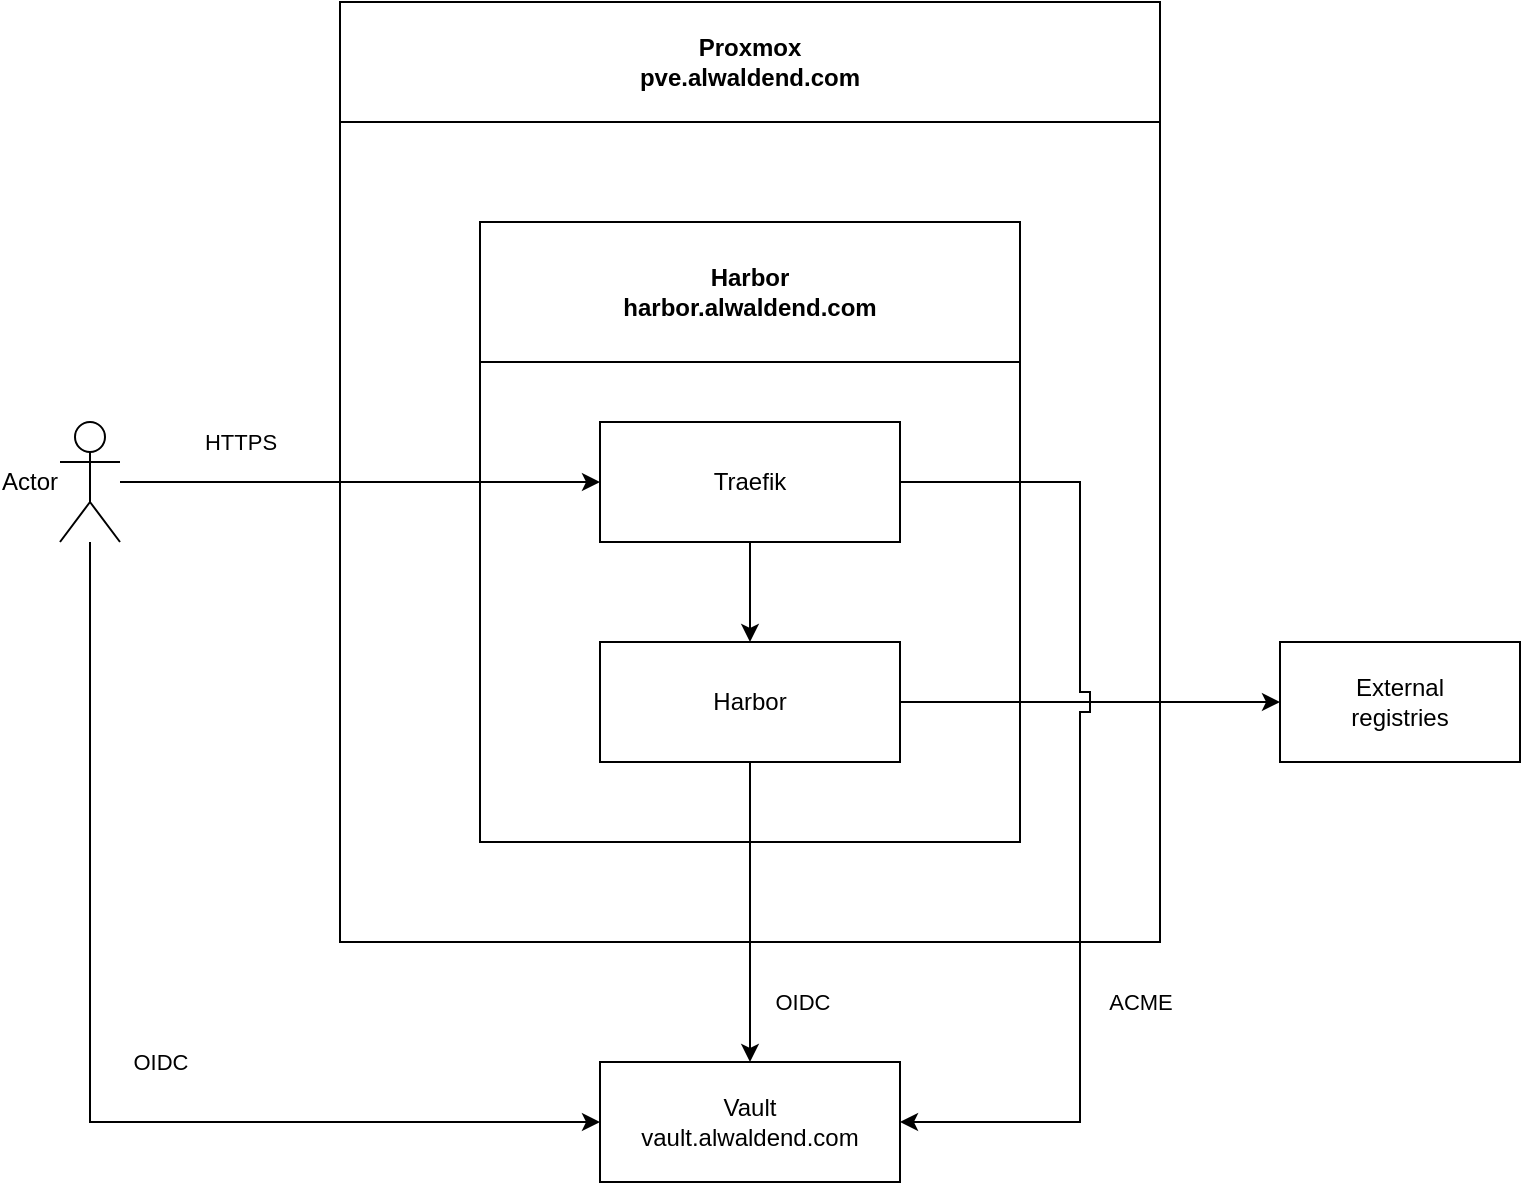
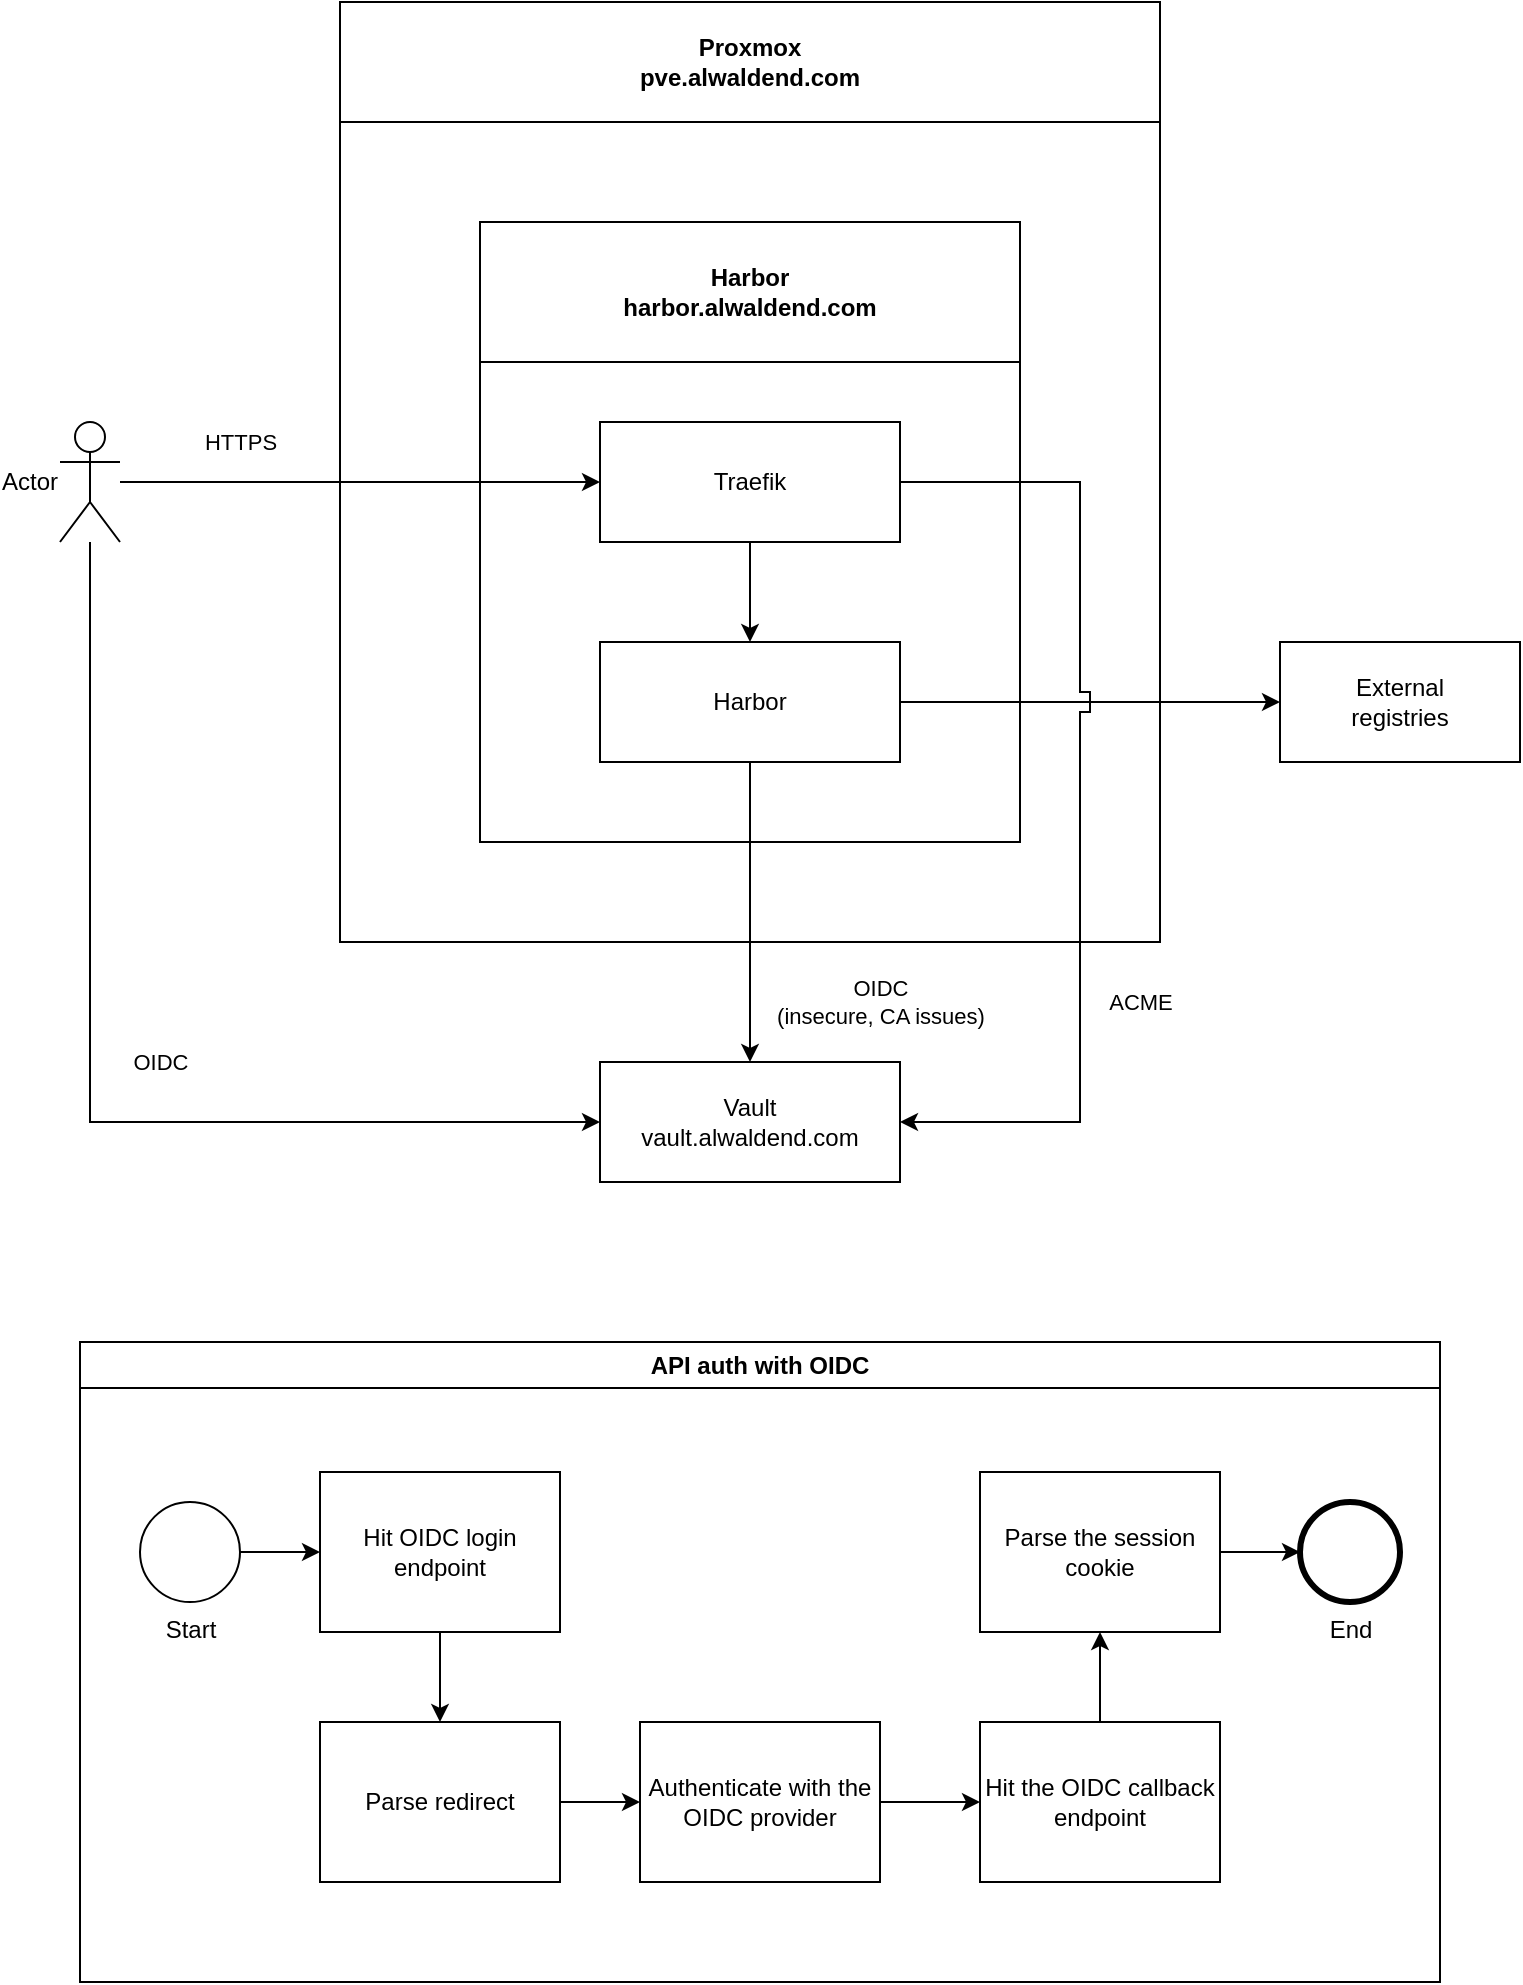
<mxfile host="Electron">
  <diagram name="Harbor" id="-YIFcF5NFIgLEo9HBhwD">
    <mxGraphModel dx="1798" dy="1073" grid="1" gridSize="10" guides="1" tooltips="1" connect="1" arrows="1" fold="1" page="1" pageScale="1" pageWidth="850" pageHeight="1100" math="0" shadow="0">
      <root>
        <mxCell id="0" />
        <mxCell id="1" parent="0" />
        <mxCell id="U2TRrjayyH0se131Tg96-2" parent="1" style="swimlane;whiteSpace=wrap;html=1;startSize=60;rounded=0;" value="Proxmox&lt;br&gt;pve.alwaldend.com" vertex="1">
          <mxGeometry height="470" width="410" x="220" y="190" as="geometry" />
        </mxCell>
        <mxCell id="U2TRrjayyH0se131Tg96-3" parent="U2TRrjayyH0se131Tg96-2" style="swimlane;whiteSpace=wrap;html=1;startSize=70;rounded=0;" value="Harbor&lt;br&gt;harbor.alwaldend.com" vertex="1">
          <mxGeometry height="310" width="270" x="70" y="110" as="geometry" />
        </mxCell>
        <mxCell id="U2TRrjayyH0se131Tg96-6" edge="1" parent="U2TRrjayyH0se131Tg96-3" source="U2TRrjayyH0se131Tg96-1" style="edgeStyle=orthogonalEdgeStyle;rounded=0;orthogonalLoop=1;jettySize=auto;html=1;entryX=0.5;entryY=0;entryDx=0;entryDy=0;jumpStyle=sharp;jumpSize=10;" target="U2TRrjayyH0se131Tg96-4">
          <mxGeometry relative="1" as="geometry" />
        </mxCell>
        <mxCell id="U2TRrjayyH0se131Tg96-1" parent="U2TRrjayyH0se131Tg96-3" style="rounded=0;whiteSpace=wrap;html=1;" value="Traefik" vertex="1">
          <mxGeometry height="60" width="150" x="60" y="100" as="geometry" />
        </mxCell>
        <mxCell id="U2TRrjayyH0se131Tg96-4" parent="U2TRrjayyH0se131Tg96-3" style="rounded=0;whiteSpace=wrap;html=1;" value="Harbor" vertex="1">
          <mxGeometry height="60" width="150" x="60" y="210" as="geometry" />
        </mxCell>
        <mxCell id="U2TRrjayyH0se131Tg96-10" edge="1" parent="1" source="U2TRrjayyH0se131Tg96-5" style="edgeStyle=orthogonalEdgeStyle;rounded=0;orthogonalLoop=1;jettySize=auto;html=1;entryX=0;entryY=0.5;entryDx=0;entryDy=0;jumpStyle=sharp;jumpSize=10;" target="U2TRrjayyH0se131Tg96-1">
          <mxGeometry relative="1" as="geometry" />
        </mxCell>
        <mxCell id="U2TRrjayyH0se131Tg96-17" connectable="0" parent="U2TRrjayyH0se131Tg96-10" style="edgeLabel;html=1;align=center;verticalAlign=middle;resizable=0;points=[];" value="HTTPS" vertex="1">
          <mxGeometry relative="1" x="-0.575" y="-3" as="geometry">
            <mxPoint x="9" y="-23" as="offset" />
          </mxGeometry>
        </mxCell>
        <mxCell id="U2TRrjayyH0se131Tg96-11" edge="1" parent="1" source="U2TRrjayyH0se131Tg96-5" style="edgeStyle=orthogonalEdgeStyle;rounded=0;orthogonalLoop=1;jettySize=auto;html=1;entryX=0;entryY=0.5;entryDx=0;entryDy=0;jumpStyle=sharp;jumpSize=10;" target="U2TRrjayyH0se131Tg96-7">
          <mxGeometry relative="1" as="geometry">
            <Array as="points">
              <mxPoint x="95" y="750" />
            </Array>
          </mxGeometry>
        </mxCell>
        <mxCell id="U2TRrjayyH0se131Tg96-12" connectable="0" parent="U2TRrjayyH0se131Tg96-11" style="edgeLabel;html=1;align=center;verticalAlign=middle;resizable=0;points=[];rounded=0;" value="OIDC" vertex="1">
          <mxGeometry relative="1" as="geometry">
            <mxPoint x="35" y="-13" as="offset" />
          </mxGeometry>
        </mxCell>
        <mxCell id="U2TRrjayyH0se131Tg96-5" parent="1" style="shape=umlActor;verticalLabelPosition=middle;verticalAlign=middle;html=1;outlineConnect=0;labelPosition=left;align=right;rounded=0;" value="Actor" vertex="1">
          <mxGeometry height="60" width="30" x="80" y="400" as="geometry" />
        </mxCell>
        <mxCell id="U2TRrjayyH0se131Tg96-7" parent="1" style="rounded=0;whiteSpace=wrap;html=1;" value="Vault&lt;br&gt;vault.alwaldend.com" vertex="1">
          <mxGeometry height="60" width="150" x="350" y="720" as="geometry" />
        </mxCell>
        <mxCell id="U2TRrjayyH0se131Tg96-8" parent="1" style="rounded=0;whiteSpace=wrap;html=1;" value="External&lt;br&gt;registries" vertex="1">
          <mxGeometry height="60" width="120" x="690" y="510" as="geometry" />
        </mxCell>
        <mxCell id="U2TRrjayyH0se131Tg96-9" edge="1" parent="1" source="U2TRrjayyH0se131Tg96-4" style="edgeStyle=orthogonalEdgeStyle;rounded=0;orthogonalLoop=1;jettySize=auto;html=1;entryX=0;entryY=0.5;entryDx=0;entryDy=0;jumpStyle=sharp;jumpSize=10;" target="U2TRrjayyH0se131Tg96-8">
          <mxGeometry relative="1" as="geometry" />
        </mxCell>
        <mxCell id="U2TRrjayyH0se131Tg96-13" edge="1" parent="1" source="U2TRrjayyH0se131Tg96-4" style="edgeStyle=orthogonalEdgeStyle;rounded=0;orthogonalLoop=1;jettySize=auto;html=1;entryX=0.5;entryY=0;entryDx=0;entryDy=0;jumpStyle=sharp;jumpSize=10;" target="U2TRrjayyH0se131Tg96-7">
          <mxGeometry relative="1" as="geometry" />
        </mxCell>
-         <mxCell id="U2TRrjayyH0se131Tg96-14" connectable="0" parent="U2TRrjayyH0se131Tg96-13" style="edgeLabel;html=1;align=center;verticalAlign=middle;resizable=0;points=[];rounded=0;" value="OIDC" vertex="1">
+         <mxCell id="U2TRrjayyH0se131Tg96-14" connectable="0" parent="U2TRrjayyH0se131Tg96-13" style="edgeLabel;html=1;align=center;verticalAlign=middle;resizable=0;points=[];rounded=0;" value="OIDC &lt;br&gt;(insecure, CA issues)" vertex="1">
          <mxGeometry relative="1" as="geometry">
-             <mxPoint x="26" y="45" as="offset" />
+             <mxPoint x="65" y="45" as="offset" />
          </mxGeometry>
        </mxCell>
        <mxCell id="U2TRrjayyH0se131Tg96-15" edge="1" parent="1" source="U2TRrjayyH0se131Tg96-1" style="edgeStyle=orthogonalEdgeStyle;rounded=0;orthogonalLoop=1;jettySize=auto;html=1;horizontal=1;jumpStyle=sharp;jumpSize=10;" target="U2TRrjayyH0se131Tg96-7">
          <mxGeometry relative="1" as="geometry">
            <Array as="points">
              <mxPoint x="590" y="430" />
              <mxPoint x="590" y="750" />
            </Array>
          </mxGeometry>
        </mxCell>
        <mxCell id="U2TRrjayyH0se131Tg96-16" connectable="0" parent="U2TRrjayyH0se131Tg96-15" style="edgeLabel;html=1;align=center;verticalAlign=middle;resizable=0;points=[];rounded=0;" value="ACME" vertex="1">
          <mxGeometry relative="1" as="geometry">
            <mxPoint x="30" y="100" as="offset" />
          </mxGeometry>
        </mxCell>
+         <mxCell id="U2TRrjayyH0se131Tg96-18" parent="1" style="swimlane;whiteSpace=wrap;html=1;" value="API auth with OIDC" vertex="1">
+           <mxGeometry height="320" width="680" x="90" y="860" as="geometry" />
+         </mxCell>
+         <mxCell id="U2TRrjayyH0se131Tg96-19" parent="U2TRrjayyH0se131Tg96-18" style="points=[[0.145,0.145,0],[0.5,0,0],[0.855,0.145,0],[1,0.5,0],[0.855,0.855,0],[0.5,1,0],[0.145,0.855,0],[0,0.5,0]];shape=mxgraph.bpmn.event;html=1;verticalLabelPosition=bottom;labelBackgroundColor=#ffffff;verticalAlign=top;align=center;perimeter=ellipsePerimeter;outlineConnect=0;aspect=fixed;outline=standard;symbol=general;" value="Start" vertex="1">
+           <mxGeometry height="50" width="50" x="30" y="80" as="geometry" />
+         </mxCell>
+         <mxCell id="U2TRrjayyH0se131Tg96-20" parent="U2TRrjayyH0se131Tg96-18" style="points=[[0.145,0.145,0],[0.5,0,0],[0.855,0.145,0],[1,0.5,0],[0.855,0.855,0],[0.5,1,0],[0.145,0.855,0],[0,0.5,0]];shape=mxgraph.bpmn.event;html=1;verticalLabelPosition=bottom;labelBackgroundColor=#ffffff;verticalAlign=top;align=center;perimeter=ellipsePerimeter;outlineConnect=0;aspect=fixed;outline=end;symbol=terminate2;" value="End" vertex="1">
+           <mxGeometry height="50" width="50" x="610" y="80" as="geometry" />
+         </mxCell>
+         <mxCell id="U2TRrjayyH0se131Tg96-21" parent="U2TRrjayyH0se131Tg96-18" style="points=[[0.25,0,0],[0.5,0,0],[0.75,0,0],[1,0.25,0],[1,0.5,0],[1,0.75,0],[0.75,1,0],[0.5,1,0],[0.25,1,0],[0,0.75,0],[0,0.5,0],[0,0.25,0]];shape=mxgraph.bpmn.task2;whiteSpace=wrap;rectStyle=rounded;size=10;html=1;container=1;expand=0;collapsible=0;taskMarker=abstract;" value="Hit OIDC login endpoint" vertex="1">
+           <mxGeometry height="80" width="120" x="120" y="65" as="geometry" />
+         </mxCell>
+         <mxCell id="U2TRrjayyH0se131Tg96-22" edge="1" parent="U2TRrjayyH0se131Tg96-18" source="U2TRrjayyH0se131Tg96-19" style="edgeStyle=orthogonalEdgeStyle;orthogonalLoop=1;jettySize=auto;html=1;entryX=0;entryY=0.5;entryDx=0;entryDy=0;entryPerimeter=0;" target="U2TRrjayyH0se131Tg96-21">
+           <mxGeometry relative="1" as="geometry" />
+         </mxCell>
+         <mxCell id="U2TRrjayyH0se131Tg96-23" parent="U2TRrjayyH0se131Tg96-18" style="points=[[0.25,0,0],[0.5,0,0],[0.75,0,0],[1,0.25,0],[1,0.5,0],[1,0.75,0],[0.75,1,0],[0.5,1,0],[0.25,1,0],[0,0.75,0],[0,0.5,0],[0,0.25,0]];shape=mxgraph.bpmn.task2;whiteSpace=wrap;rectStyle=rounded;size=10;html=1;container=1;expand=0;collapsible=0;taskMarker=abstract;" value="Parse redirect" vertex="1">
+           <mxGeometry height="80" width="120" x="120" y="190" as="geometry" />
+         </mxCell>
+         <mxCell id="U2TRrjayyH0se131Tg96-24" edge="1" parent="U2TRrjayyH0se131Tg96-18" source="U2TRrjayyH0se131Tg96-21" style="edgeStyle=orthogonalEdgeStyle;orthogonalLoop=1;jettySize=auto;html=1;entryX=0.5;entryY=0;entryDx=0;entryDy=0;entryPerimeter=0;" target="U2TRrjayyH0se131Tg96-23">
+           <mxGeometry relative="1" as="geometry" />
+         </mxCell>
+         <mxCell id="U2TRrjayyH0se131Tg96-25" parent="U2TRrjayyH0se131Tg96-18" style="points=[[0.25,0,0],[0.5,0,0],[0.75,0,0],[1,0.25,0],[1,0.5,0],[1,0.75,0],[0.75,1,0],[0.5,1,0],[0.25,1,0],[0,0.75,0],[0,0.5,0],[0,0.25,0]];shape=mxgraph.bpmn.task2;whiteSpace=wrap;rectStyle=rounded;size=10;html=1;container=1;expand=0;collapsible=0;taskMarker=abstract;" value="Authenticate with the OIDC provider" vertex="1">
+           <mxGeometry height="80" width="120" x="280" y="190" as="geometry" />
+         </mxCell>
+         <mxCell id="U2TRrjayyH0se131Tg96-26" edge="1" parent="U2TRrjayyH0se131Tg96-18" source="U2TRrjayyH0se131Tg96-23" style="edgeStyle=orthogonalEdgeStyle;orthogonalLoop=1;jettySize=auto;html=1;entryX=0;entryY=0.5;entryDx=0;entryDy=0;entryPerimeter=0;" target="U2TRrjayyH0se131Tg96-25">
+           <mxGeometry relative="1" as="geometry" />
+         </mxCell>
+         <mxCell id="U2TRrjayyH0se131Tg96-27" parent="U2TRrjayyH0se131Tg96-18" style="points=[[0.25,0,0],[0.5,0,0],[0.75,0,0],[1,0.25,0],[1,0.5,0],[1,0.75,0],[0.75,1,0],[0.5,1,0],[0.25,1,0],[0,0.75,0],[0,0.5,0],[0,0.25,0]];shape=mxgraph.bpmn.task2;whiteSpace=wrap;rectStyle=rounded;size=10;html=1;container=1;expand=0;collapsible=0;taskMarker=abstract;" value="Hit the OIDC callback endpoint" vertex="1">
+           <mxGeometry height="80" width="120" x="450" y="190" as="geometry" />
+         </mxCell>
+         <mxCell id="U2TRrjayyH0se131Tg96-28" edge="1" parent="U2TRrjayyH0se131Tg96-18" source="U2TRrjayyH0se131Tg96-25" style="edgeStyle=orthogonalEdgeStyle;orthogonalLoop=1;jettySize=auto;html=1;entryX=0;entryY=0.5;entryDx=0;entryDy=0;entryPerimeter=0;" target="U2TRrjayyH0se131Tg96-27">
+           <mxGeometry relative="1" as="geometry" />
+         </mxCell>
+         <mxCell id="U2TRrjayyH0se131Tg96-29" parent="U2TRrjayyH0se131Tg96-18" style="points=[[0.25,0,0],[0.5,0,0],[0.75,0,0],[1,0.25,0],[1,0.5,0],[1,0.75,0],[0.75,1,0],[0.5,1,0],[0.25,1,0],[0,0.75,0],[0,0.5,0],[0,0.25,0]];shape=mxgraph.bpmn.task2;whiteSpace=wrap;rectStyle=rounded;size=10;html=1;container=1;expand=0;collapsible=0;taskMarker=abstract;" value="Parse the session cookie" vertex="1">
+           <mxGeometry height="80" width="120" x="450" y="65" as="geometry" />
+         </mxCell>
+         <mxCell id="U2TRrjayyH0se131Tg96-30" edge="1" parent="U2TRrjayyH0se131Tg96-18" source="U2TRrjayyH0se131Tg96-27" style="edgeStyle=orthogonalEdgeStyle;orthogonalLoop=1;jettySize=auto;html=1;entryX=0.5;entryY=1;entryDx=0;entryDy=0;entryPerimeter=0;" target="U2TRrjayyH0se131Tg96-29">
+           <mxGeometry relative="1" as="geometry" />
+         </mxCell>
+         <mxCell id="U2TRrjayyH0se131Tg96-31" edge="1" parent="U2TRrjayyH0se131Tg96-18" source="U2TRrjayyH0se131Tg96-29" style="edgeStyle=orthogonalEdgeStyle;orthogonalLoop=1;jettySize=auto;html=1;entryX=0;entryY=0.5;entryDx=0;entryDy=0;entryPerimeter=0;" target="U2TRrjayyH0se131Tg96-20">
+           <mxGeometry relative="1" as="geometry" />
+         </mxCell>
      </root>
    </mxGraphModel>
  </diagram>
</mxfile>
